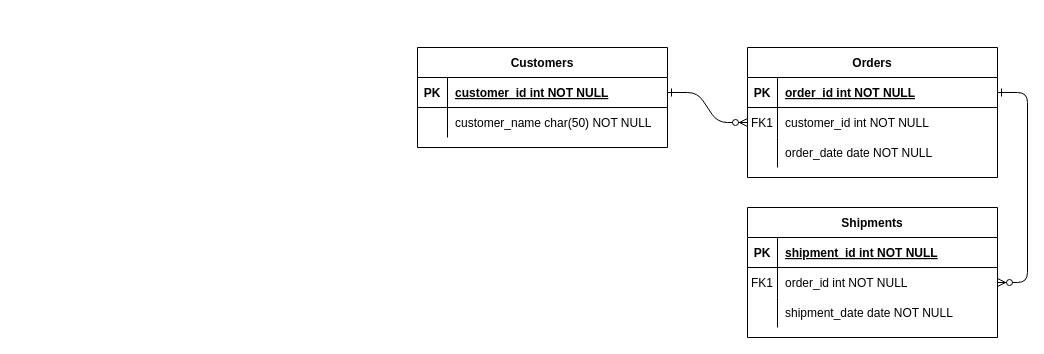
This is aotoman-model-test.drawio from zzy1661/diagram, a draw.io file, before an edit. Source tidied: cells renumbered, new cells numbered last; positions are measured from the earlier drawing's top-left corner, leaving out a move shared by most shapes. Both pictures are drawn from the tidied source at 100%, with x=0, y=0 at pixel (417, 47).
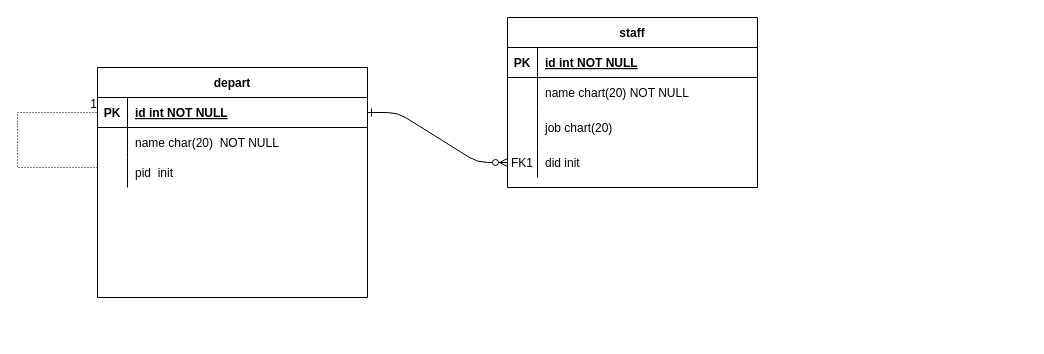
The same diagram, later.

Unchanged cells that the change refers to:
```xml
<mxCell id="5" style="shape=partialRectangle;fillColor=none;points=[[0,0.5],[1,0.5]];portConstraint=eastwest;top=0;left=0;right=0;bottom=1;" parent="4" vertex="1">
  <mxGeometry y="30" width="250" height="30" as="geometry" />
</mxCell>
<mxCell id="8" style="shape=partialRectangle;fillColor=none;points=[[0,0.5],[1,0.5]];portConstraint=eastwest;top=0;left=0;right=0;bottom=0;" parent="4" vertex="1">
  <mxGeometry y="60" width="250" height="30" as="geometry" />
</mxCell>
```

What changed in the source:
```diff
@@
-    <mxCell id="2" style="edgeStyle=entityRelationEdgeStyle;endArrow=ERzeroToMany;startArrow=ERone;endFill=1;startFill=0;" parent="1" edge="1" source="25" target="8">
+    <mxCell id="2" style="edgeStyle=entityRelationEdgeStyle;endArrow=ERzeroToMany;startArrow=ERone;endFill=1;startFill=0;entryX=0;entryY=0.5;entryDx=0;entryDy=0;" parent="1" edge="1" source="25" target="31">
       <mxGeometry relative="1" as="geometry" />
     </mxCell>
-    <mxCell id="3" style="edgeStyle=entityRelationEdgeStyle;endArrow=ERzeroToMany;startArrow=ERone;endFill=1;startFill=0;" parent="1" edge="1" source="5" target="18">
-      <mxGeometry relative="1" as="geometry" />
-    </mxCell>
-    <mxCell id="4" value="Orders" style="shape=table;startSize=30;childLayout=tableLayout;rowLines=0;fontStyle=1;align=center;" parent="1" vertex="1">
-      <mxGeometry x="330" width="250" height="130" as="geometry" />
+    <mxCell id="4" value="staff" style="shape=table;startSize=30;childLayout=tableLayout;rowLines=0;fontStyle=1;align=center;" parent="1" vertex="1">
+      <mxGeometry x="90" y="-30" width="250" height="170" as="geometry" />
     </mxCell>
@@
-    <mxCell id="7" value="order_id int NOT NULL " style="shape=partialRectangle;overflow=hidden;fillColor=none;top=0;left=0;bottom=0;right=0;align=left;spacingLeft=6;fontStyle=5;" parent="5" vertex="1">
+    <mxCell id="7" value="id int NOT NULL " style="shape=partialRectangle;overflow=hidden;fillColor=none;top=0;left=0;bottom=0;right=0;align=left;spacingLeft=6;fontStyle=5;" parent="5" vertex="1">
       <mxGeometry x="30" width="220" height="30" as="geometry" />
     </mxCell>
@@
-    <mxCell id="9" value="FK1" style="shape=partialRectangle;overflow=hidden;fillColor=none;top=0;left=0;bottom=0;right=0;" parent="8" vertex="1">
+    <mxCell id="9" style="shape=partialRectangle;overflow=hidden;fillColor=none;top=0;left=0;bottom=0;right=0;" parent="8" vertex="1">
       <mxGeometry width="30" height="30" as="geometry" />
     </mxCell>
-    <mxCell id="10" value="customer_id int NOT NULL" style="shape=partialRectangle;overflow=hidden;fillColor=none;top=0;left=0;bottom=0;right=0;align=left;spacingLeft=6;" parent="8" vertex="1">
+    <mxCell id="10" value="name chart(20) NOT NULL" style="shape=partialRectangle;overflow=hidden;fillColor=none;top=0;left=0;bottom=0;right=0;align=left;spacingLeft=6;" parent="8" vertex="1">
       <mxGeometry x="30" width="220" height="30" as="geometry" />
     </mxCell>
     <mxCell id="11" style="shape=partialRectangle;fillColor=none;top=0;left=0;right=0;bottom=0;" parent="4" vertex="1">
-      <mxGeometry y="90" width="250" height="30" as="geometry" />
+      <mxGeometry y="90" width="250" height="40" as="geometry" />
     </mxCell>
     <mxCell id="12" style="shape=partialRectangle;overflow=hidden;fillColor=none;top=0;left=0;bottom=0;right=0;" parent="11" vertex="1">
-      <mxGeometry width="30" height="30" as="geometry" />
+      <mxGeometry width="30" height="40" as="geometry" />
     </mxCell>
-    <mxCell id="13" value="order_date date NOT NULL" style="shape=partialRectangle;overflow=hidden;fillColor=none;top=0;left=0;bottom=0;right=0;align=left;spacingLeft=6;" parent="11" vertex="1">
-      <mxGeometry x="30" width="220" height="30" as="geometry" />
+    <mxCell id="13" value="job chart(20) " style="shape=partialRectangle;overflow=hidden;fillColor=none;top=0;left=0;bottom=0;right=0;align=left;spacingLeft=6;" parent="11" vertex="1">
+      <mxGeometry x="30" width="220" height="40" as="geometry" />
     </mxCell>
-    <mxCell id="14" value="Shipments" style="shape=table;startSize=30;childLayout=tableLayout;rowLines=0;fontStyle=1;align=center;" parent="1" vertex="1">
-      <mxGeometry x="330" y="160" width="250" height="130" as="geometry" />
-    </mxCell>
-    <mxCell id="15" style="shape=partialRectangle;fillColor=none;top=0;left=0;right=0;bottom=1;" parent="14" vertex="1">
-      <mxGeometry y="30" width="250" height="30" as="geometry" />
-    </mxCell>
-    <mxCell id="16" value="PK" style="shape=partialRectangle;overflow=hidden;fillColor=none;top=0;left=0;bottom=0;right=0;fontStyle=1;" parent="15" vertex="1">
-      <mxGeometry width="30" height="30" as="geometry" />
-    </mxCell>
-    <mxCell id="17" value="shipment_id int NOT NULL " style="shape=partialRectangle;overflow=hidden;fillColor=none;top=0;left=0;bottom=0;right=0;align=left;spacingLeft=6;fontStyle=5;" parent="15" vertex="1">
-      <mxGeometry x="30" width="220" height="30" as="geometry" />
-    </mxCell>
-    <mxCell id="18" style="shape=partialRectangle;fillColor=none;points=[[0,0.5],[1,0.5]];portConstraint=eastwest;top=0;left=0;right=0;bottom=0;" parent="14" vertex="1">
-      <mxGeometry y="60" width="250" height="30" as="geometry" />
-    </mxCell>
+    <mxCell id="31" style="shape=partialRectangle;fillColor=none;points=[[0,0.5],[1,0.5]];portConstraint=eastwest;top=0;left=0;right=0;bottom=0;" parent="4" vertex="1">
+      <mxGeometry y="130" width="250" height="30" as="geometry" />
+    </mxCell>
-    <mxCell id="19" value="FK1" style="shape=partialRectangle;overflow=hidden;fillColor=none;top=0;left=0;bottom=0;right=0;" parent="18" vertex="1">
+    <mxCell id="19" value="FK1" style="shape=partialRectangle;overflow=hidden;fillColor=none;top=0;left=0;bottom=0;right=0;" parent="31" vertex="1">
       <mxGeometry width="30" height="30" as="geometry" />
     </mxCell>
-    <mxCell id="20" value="order_id int NOT NULL" style="shape=partialRectangle;overflow=hidden;fillColor=none;top=0;left=0;bottom=0;right=0;align=left;spacingLeft=6;" parent="18" vertex="1">
-      <mxGeometry x="30" width="220" height="30" as="geometry" />
-    </mxCell>
-    <mxCell id="21" style="shape=partialRectangle;fillColor=none;top=0;left=0;right=0;bottom=0;" parent="14" vertex="1">
-      <mxGeometry y="90" width="250" height="30" as="geometry" />
-    </mxCell>
-    <mxCell id="22" style="shape=partialRectangle;overflow=hidden;fillColor=none;top=0;left=0;bottom=0;right=0;" parent="21" vertex="1">
-      <mxGeometry width="30" height="30" as="geometry" />
-    </mxCell>
-    <mxCell id="23" value="shipment_date date NOT NULL" style="shape=partialRectangle;overflow=hidden;fillColor=none;top=0;left=0;bottom=0;right=0;align=left;spacingLeft=6;" parent="21" vertex="1">
-      <mxGeometry x="30" width="220" height="30" as="geometry" />
-    </mxCell>
+    <mxCell id="32" value="did init " style="shape=partialRectangle;overflow=hidden;fillColor=none;top=0;left=0;bottom=0;right=0;align=left;spacingLeft=6;" parent="31" vertex="1">
+      <mxGeometry x="30" width="220" height="30" as="geometry" />
+    </mxCell>
-    <mxCell id="24" value="Customers" style="shape=table;startSize=30;childLayout=tableLayout;rowLines=0;fontStyle=1;align=center;" parent="1" vertex="1">
-      <mxGeometry width="250" height="100" as="geometry" />
+    <mxCell id="24" value="depart" style="shape=table;startSize=30;childLayout=tableLayout;rowLines=0;fontStyle=1;align=center;" parent="1" vertex="1">
+      <mxGeometry x="-320" y="20" width="270" height="230" as="geometry" />
     </mxCell>
     <mxCell id="25" style="shape=partialRectangle;fillColor=none;points=[[0,0.5],[1,0.5]];portConstraint=eastwest;top=0;left=0;right=0;bottom=1;" parent="24" vertex="1">
-      <mxGeometry y="30" width="250" height="30" as="geometry" />
+      <mxGeometry y="30" width="270" height="30" as="geometry" />
     </mxCell>
@@
-    <mxCell id="27" value="customer_id int NOT NULL " style="shape=partialRectangle;overflow=hidden;fillColor=none;top=0;left=0;bottom=0;right=0;align=left;spacingLeft=6;fontStyle=5;" parent="25" vertex="1">
-      <mxGeometry x="30" width="220" height="30" as="geometry" />
+    <mxCell id="27" value="id int NOT NULL " style="shape=partialRectangle;overflow=hidden;fillColor=none;top=0;left=0;bottom=0;right=0;align=left;spacingLeft=6;fontStyle=5;" parent="25" vertex="1">
+      <mxGeometry x="30" width="240" height="30" as="geometry" />
     </mxCell>
     <mxCell id="28" style="shape=partialRectangle;fillColor=none;top=0;left=0;right=0;bottom=0;" parent="24" vertex="1">
-      <mxGeometry y="60" width="250" height="30" as="geometry" />
+      <mxGeometry y="60" width="270" height="30" as="geometry" />
     </mxCell>
@@
-    <mxCell id="30" value="customer_name char(50) NOT NULL" style="shape=partialRectangle;overflow=hidden;fillColor=none;top=0;left=0;bottom=0;right=0;align=left;spacingLeft=6;" parent="28" vertex="1">
-      <mxGeometry x="30" width="220" height="30" as="geometry" />
+    <mxCell id="30" value="name char(20)  NOT NULL" style="shape=partialRectangle;overflow=hidden;fillColor=none;top=0;left=0;bottom=0;right=0;align=left;spacingLeft=6;" parent="28" vertex="1">
+      <mxGeometry x="30" width="240" height="30" as="geometry" />
     </mxCell>
+    <mxCell id="33" style="shape=partialRectangle;fillColor=none;points=[[0,0.5],[1,0.5]];portConstraint=eastwest;top=0;left=0;right=0;bottom=0;" parent="24" vertex="1">
+      <mxGeometry y="90" width="270" height="30" as="geometry" />
+    </mxCell>
+    <mxCell id="22" style="shape=partialRectangle;overflow=hidden;fillColor=none;top=0;left=0;bottom=0;right=0;" parent="33" vertex="1">
+      <mxGeometry width="30" height="30" as="geometry" />
+    </mxCell>
+    <mxCell id="34" value="pid  init" style="shape=partialRectangle;overflow=hidden;fillColor=none;top=0;left=0;bottom=0;right=0;align=left;spacingLeft=6;" parent="33" vertex="1">
+      <mxGeometry x="30" width="240" height="30" as="geometry" />
+    </mxCell>
+    <mxCell id="35" style="endArrow=none;html=1;rounded=0;dashed=1;dashPattern=1 2;entryX=0;entryY=0.5;entryDx=0;entryDy=0;exitX=0;exitY=0.333;exitDx=0;exitDy=0;exitPerimeter=0;" parent="24" edge="1" source="33" target="25">
+      <mxGeometry relative="1" as="geometry">
+        <Array as="points">
+          <mxPoint x="-80" y="100" />
+          <mxPoint x="-80" y="45" />
+        </Array>
+      </mxGeometry>
+    </mxCell>
+    <mxCell id="36" value="1" style="html=1;align=right;verticalAlign=bottom;" parent="35" vertex="1">
+      <mxGeometry x="1" relative="1" as="geometry" />
+    </mxCell>
```
